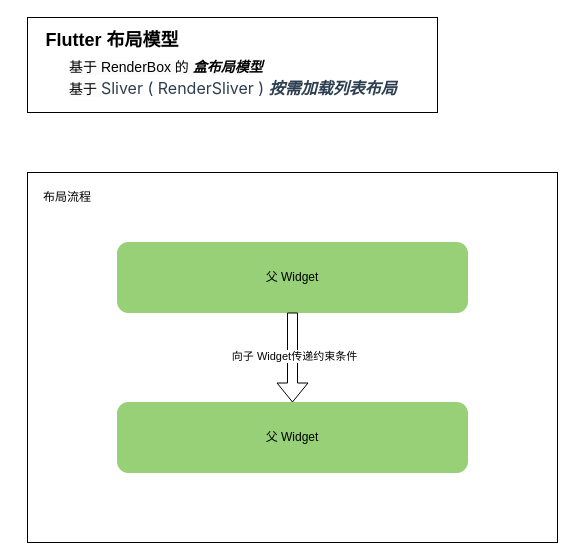
This is diagrams/Flutter布局模型.drawio from paopaosecret/resources, a draw.io file, before an edit. Source tidied: cells renumbered, new cells numbered last; positions are measured from the earlier drawing's top-left corner, leaving out a move shared by most shapes. Both pictures are drawn from the tidied source at 100%, with x=0, y=0 at pixel (17, 17).
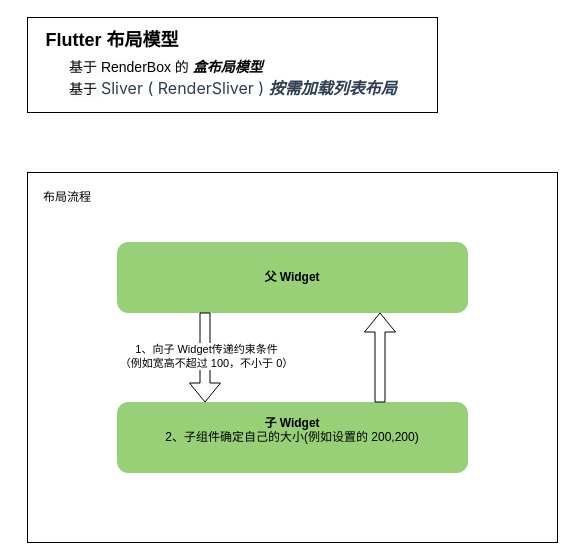
The same page after the edit.

Commit message (it also covers changes not shown here):
更新Flutter布局模型.drawio

What changed in the source:
```diff
@@
 <mxGraphModel>
   <root>
     <mxCell id="0" />
     <mxCell id="1" parent="0" />
     <mxCell id="2" style="rounded=0;whiteSpace=wrap;html=1;" parent="1" vertex="1">
       <mxGeometry x="10" width="410" height="95" as="geometry" />
     </mxCell>
     <mxCell id="3" style="rounded=0;whiteSpace=wrap;html=1;" parent="1" vertex="1">
       <mxGeometry x="10" y="155" width="530" height="370" as="geometry" />
     </mxCell>
-    <mxCell id="4" value="父 Widget" style="rounded=1;whiteSpace=wrap;html=1;fillColor=#97D077;strokeColor=#97D077;" parent="1" vertex="1">
+    <mxCell id="4" value="&lt;b&gt;父 Widget&lt;/b&gt;" style="rounded=1;whiteSpace=wrap;html=1;fillColor=#97D077;strokeColor=#97D077;" parent="1" vertex="1">
       <mxGeometry x="100" y="225" width="350" height="70" as="geometry" />
     </mxCell>
     <mxCell id="5" value="&lt;b&gt;&lt;font style=&quot;font-size: 18px;&quot;&gt;Flutter 布局模型&lt;/font&gt;&lt;/b&gt;&lt;div&gt;&lt;br&gt;&lt;/div&gt;" style="text;html=1;align=center;verticalAlign=middle;whiteSpace=wrap;rounded=0;" parent="1" vertex="1">
       <mxGeometry y="15" width="190" height="30" as="geometry" />
     </mxCell>
     <mxCell id="6" value="&lt;span style=&quot;forced-color-adjust: none; color: rgb(0, 0, 0); font-family: Helvetica; font-size: 12px; font-variant-ligatures: normal; font-variant-caps: normal; letter-spacing: normal; orphans: 2; text-align: center; text-indent: 0px; text-transform: none; widows: 2; word-spacing: 0px; -webkit-text-stroke-width: 0px; white-space: normal; text-decoration-thickness: initial; text-decoration-style: initial; text-decoration-color: initial; background-color: rgb(251, 251, 251);&quot;&gt;&lt;font style=&quot;forced-color-adjust: none; font-size: 14px;&quot;&gt;基于 RenderBox 的 &lt;b style=&quot;&quot;&gt;&lt;i&gt;盒布局模型&lt;/i&gt;&lt;/b&gt;&lt;/font&gt;&lt;/span&gt;" style="text;whiteSpace=wrap;html=1;" parent="1" vertex="1">
       <mxGeometry x="50" y="35" width="230" height="40" as="geometry" />
     </mxCell>
     <mxCell id="7" value="&lt;span style=&quot;color: rgb(0, 0, 0); font-family: Helvetica; font-size: 14px; font-style: normal; font-variant-ligatures: normal; font-variant-caps: normal; font-weight: 400; letter-spacing: normal; orphans: 2; text-align: center; text-indent: 0px; text-transform: none; widows: 2; word-spacing: 0px; -webkit-text-stroke-width: 0px; white-space: normal; background-color: rgb(251, 251, 251); text-decoration-thickness: initial; text-decoration-style: initial; text-decoration-color: initial; display: inline !important; float: none;&quot;&gt;基于&amp;nbsp;&lt;/span&gt;&lt;span style=&quot;color: rgb(44, 62, 80); font-family: -apple-system, &amp;quot;system-ui&amp;quot;, &amp;quot;Segoe UI&amp;quot;, Roboto, Oxygen, Ubuntu, Cantarell, &amp;quot;Fira Sans&amp;quot;, &amp;quot;Droid Sans&amp;quot;, &amp;quot;Helvetica Neue&amp;quot;, sans-serif; font-size: 16px; background-color: rgb(255, 255, 255);&quot;&gt;Sliver ( RenderSliver ) &lt;b&gt;&lt;i&gt;按需加载列表布局&lt;/i&gt;&lt;/b&gt;&lt;/span&gt;" style="text;whiteSpace=wrap;html=1;" parent="1" vertex="1">
       <mxGeometry x="50" y="55" width="420" height="40" as="geometry" />
     </mxCell>
     <mxCell id="8" value="布局流程" style="text;html=1;align=center;verticalAlign=middle;whiteSpace=wrap;rounded=0;" parent="1" vertex="1">
       <mxGeometry x="20" y="165" width="60" height="30" as="geometry" />
     </mxCell>
-    <mxCell id="9" style="shape=flexArrow;endArrow=classic;html=1;rounded=0;exitX=0.5;exitY=1;exitDx=0;exitDy=0;" parent="1" edge="1" source="4" target="11">
+    <mxCell id="9" style="shape=flexArrow;endArrow=classic;html=1;rounded=0;exitX=0.25;exitY=1;exitDx=0;exitDy=0;entryX=0.25;entryY=0;entryDx=0;entryDy=0;" parent="1" edge="1" source="4" target="11">
       <mxGeometry relative="1" as="geometry" />
     </mxCell>
-    <mxCell id="10" value="向子 Widget传递约束条件" style="edgeLabel;html=1;align=center;verticalAlign=middle;" parent="9" vertex="1">
+    <mxCell id="10" value="1、向子 Widget传递约束条件&lt;div&gt;（例如宽高不超过 100，不小于 0）&lt;/div&gt;" style="edgeLabel;html=1;align=center;verticalAlign=middle;" parent="9" vertex="1">
       <mxGeometry x="-0.04" y="1" relative="1" as="geometry" />
     </mxCell>
-    <mxCell id="11" value="父 Widget" style="rounded=1;whiteSpace=wrap;html=1;fillColor=#97D077;strokeColor=#97D077;" parent="1" vertex="1">
+    <mxCell id="11" value="&lt;b&gt;子 Widget&lt;/b&gt;&lt;div&gt;2、子组件确定自己的大小(例如设置的 200,200)&lt;br&gt;&lt;div&gt;&lt;br&gt;&lt;/div&gt;&lt;/div&gt;" style="rounded=1;whiteSpace=wrap;html=1;fillColor=#97D077;strokeColor=#97D077;" parent="1" vertex="1">
       <mxGeometry x="100" y="385" width="350" height="70" as="geometry" />
     </mxCell>
+    <mxCell id="12" style="shape=flexArrow;endArrow=classic;html=1;rounded=0;exitX=0.75;exitY=0;exitDx=0;exitDy=0;entryX=0.75;entryY=1;entryDx=0;entryDy=0;" parent="1" edge="1" source="11" target="4">
+      <mxGeometry relative="1" as="geometry" />
+    </mxCell>
   </root>
 </mxGraphModel>
```
